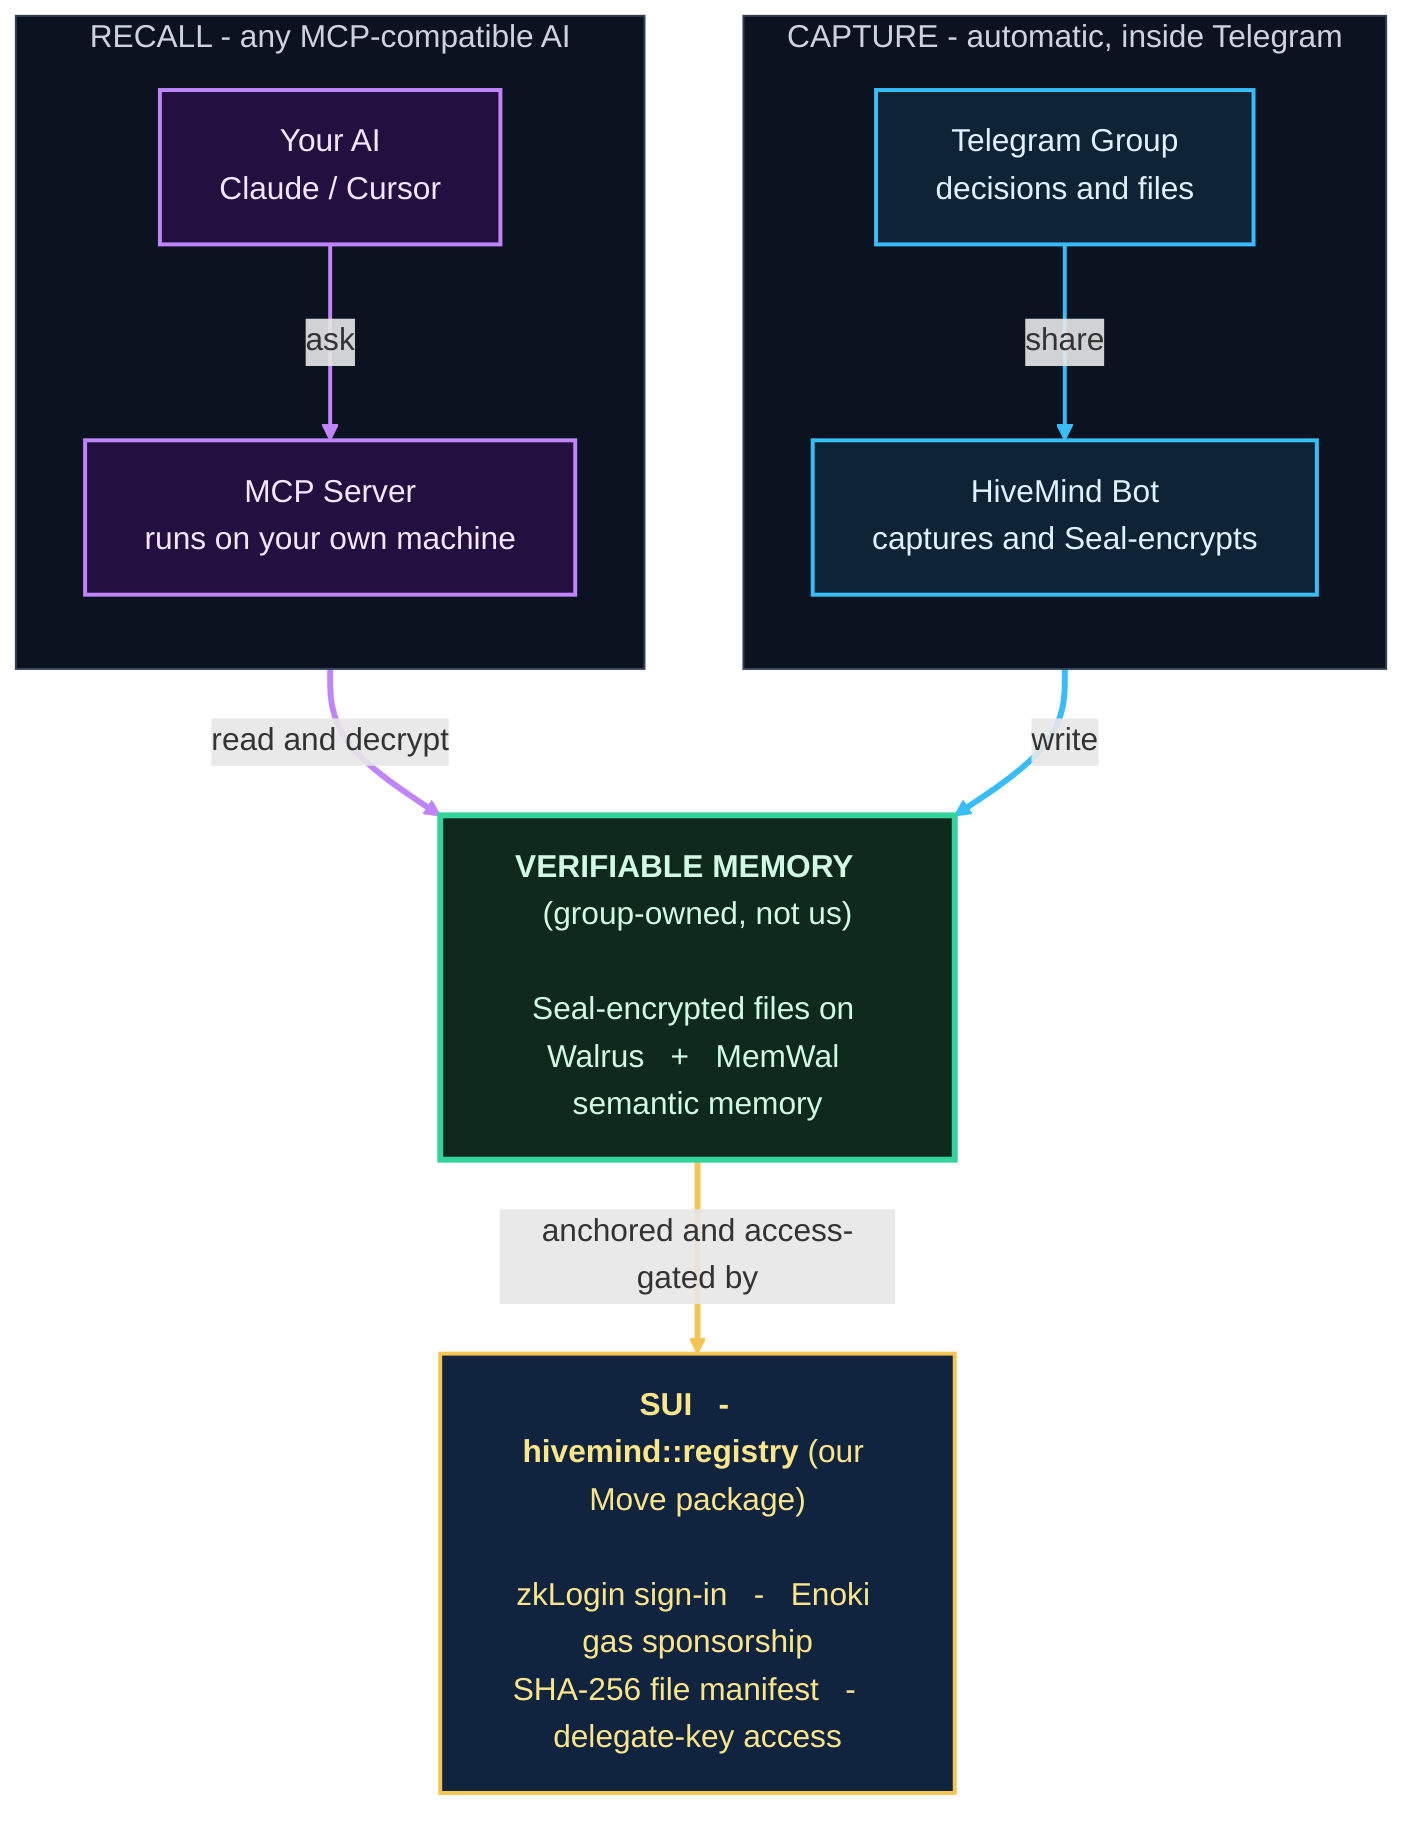
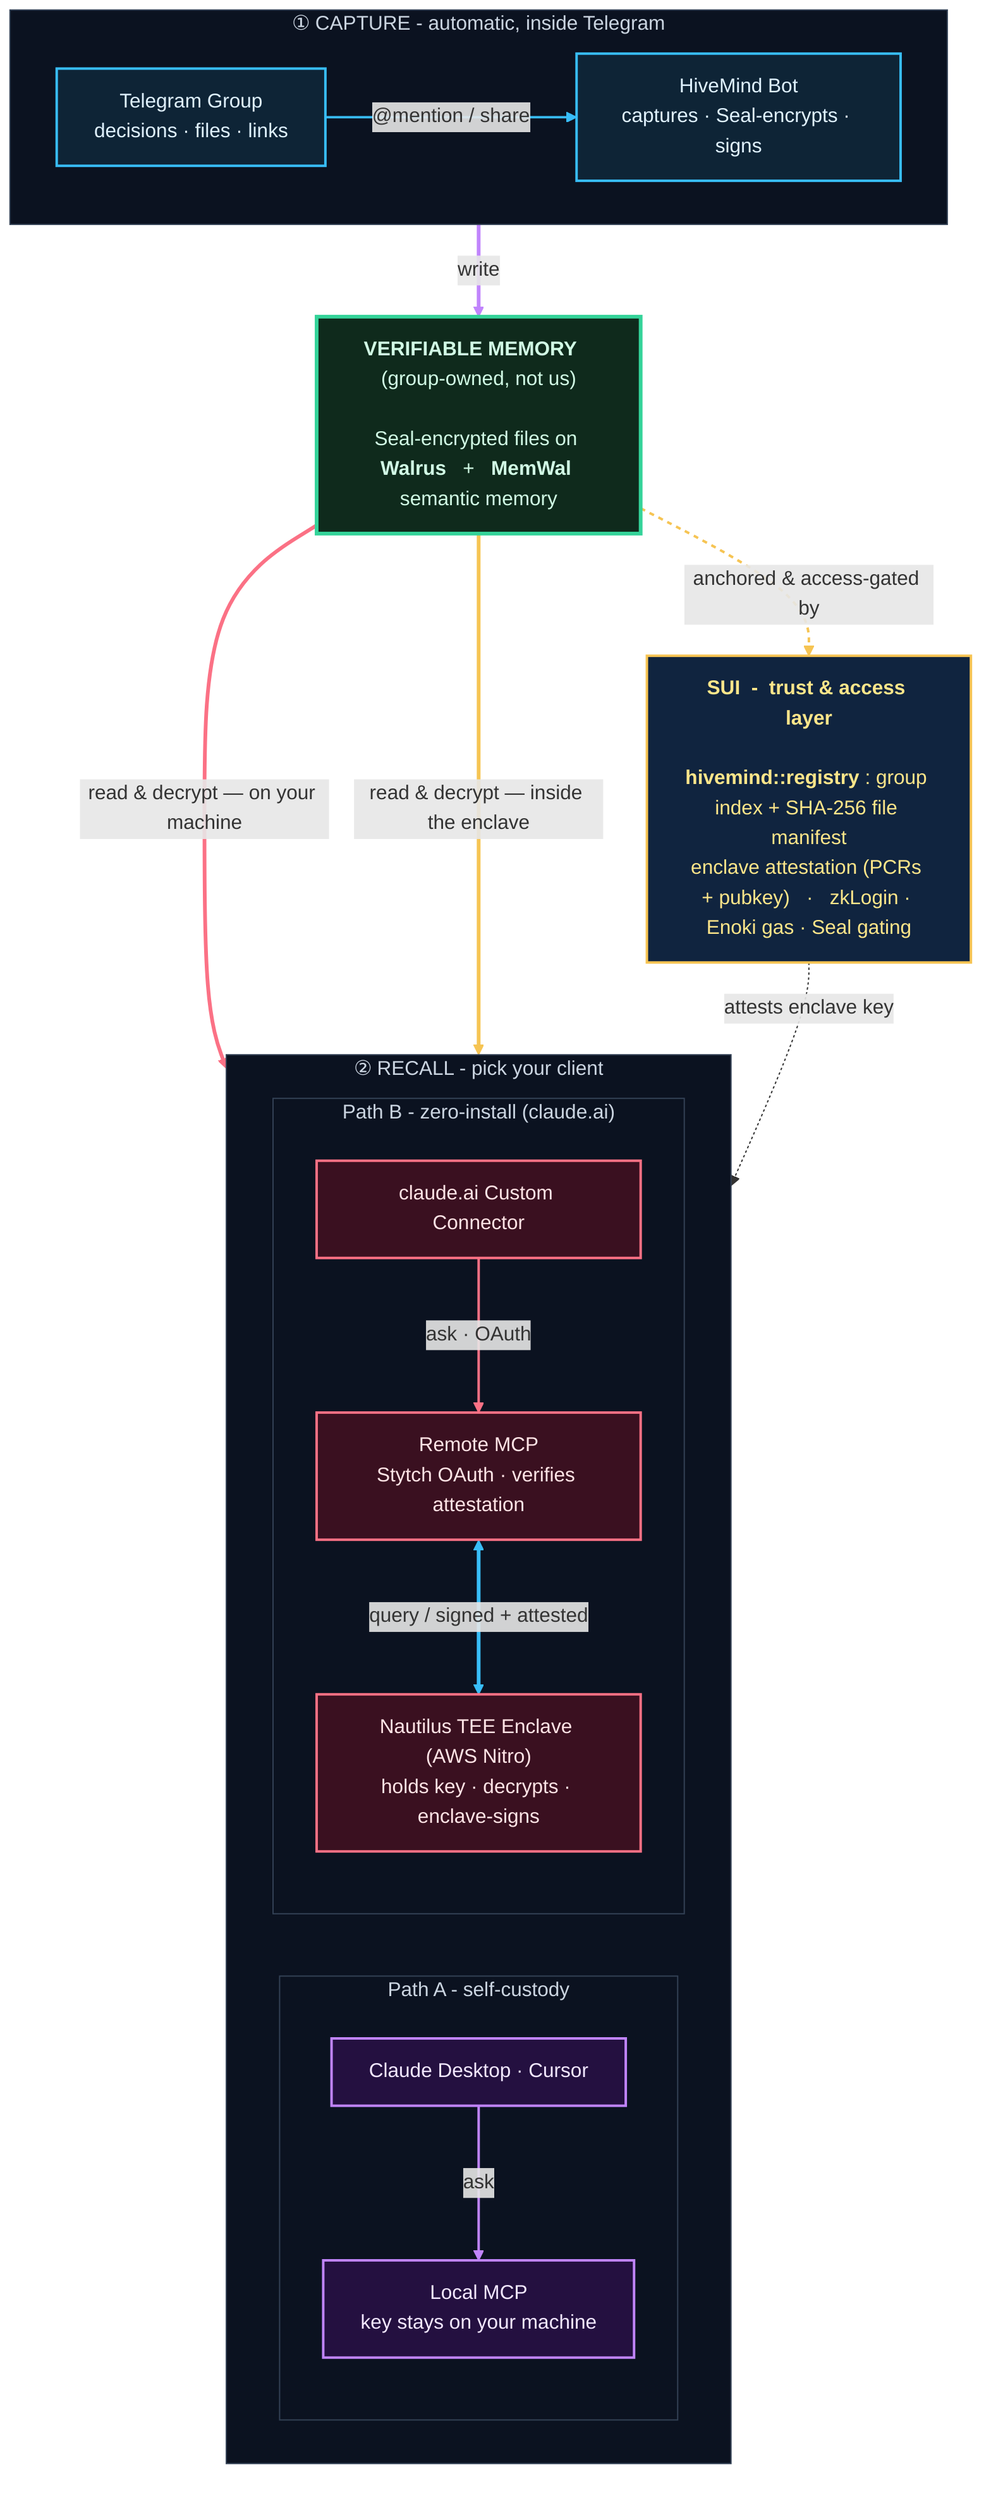
flowchart TB
-   classDef write fill:#0e2436,stroke:#38bdf8,color:#e0f2fe,stroke-width:2px;
-   classDef read  fill:#241040,stroke:#c084fc,color:#f3e8ff,stroke-width:2px;
+   classDef cap   fill:#0e2436,stroke:#38bdf8,color:#e0f2fe,stroke-width:2px;
+   classDef self  fill:#241040,stroke:#c084fc,color:#f3e8ff,stroke-width:2px;
+   classDef tee   fill:#3a1020,stroke:#fb7185,color:#ffe4e6,stroke-width:2px;
  classDef mem   fill:#0f2a1c,stroke:#34d399,color:#d1fae5,stroke-width:3px;
  classDef base  fill:#10243f,stroke:#f6c453,color:#fde68a,stroke-width:2px;
  classDef lane  fill:#0b1220,stroke:#334155,stroke-width:1px,color:#cbd5e1;

-   subgraph WRITE["CAPTURE  -  automatic, inside Telegram"]
-     direction TB
-     TG["Telegram Group<br/>decisions and files"]
-     BOT["HiveMind Bot<br/>captures and Seal-encrypts"]
-     TG -->|"share"| BOT
+   %% ===== 1. CAPTURE =====
+   subgraph CAP["①  CAPTURE  -  automatic, inside Telegram"]
+     direction LR
+     TG["Telegram Group<br/>decisions · files · links"]
+     BOT["HiveMind Bot<br/>captures · Seal-encrypts · signs"]
+     TG -->|"@mention / share"| BOT
  end

-   subgraph READ["RECALL  -  any MCP-compatible AI"]
-     direction TB
-     AI["Your AI<br/>Claude / Cursor"]
-     MCP["MCP Server<br/>runs on your own machine"]
-     AI -->|"ask"| MCP
+   %% ===== shared memory (the hub) =====
+   MEM["<b>VERIFIABLE MEMORY</b> &nbsp; (group-owned, not us)<br/><br/>Seal-encrypted files on <b>Walrus</b> &nbsp; + &nbsp; <b>MemWal</b> semantic memory"]
+ 
+   %% ===== 2. RECALL — two paths, side by side =====
+   subgraph RECALL["②  RECALL  -  pick your client"]
+     direction LR
+     subgraph RA["Path A  -  self-custody"]
+       direction TB
+       AIA["Claude Desktop · Cursor"]
+       MCPL["Local MCP<br/>key stays on your machine"]
+       AIA -->|"ask"| MCPL
+     end
+     subgraph RB["Path B  -  zero-install (claude.ai)"]
+       direction TB
+       CAI["claude.ai Custom Connector"]
+       RMCP["Remote MCP<br/>Stytch OAuth · verifies attestation"]
+       ENC["Nautilus TEE Enclave (AWS Nitro)<br/>holds key · decrypts · enclave-signs"]
+       CAI -->|"ask · OAuth"| RMCP
+       RMCP <-->|"query / signed + attested"| ENC
+     end
  end

-   MEM["<b>VERIFIABLE MEMORY</b> &nbsp; (group-owned, not us)<br/><br/>Seal-encrypted files on Walrus &nbsp; + &nbsp; MemWal semantic memory"]
+   %% ===== 3. base trust layer =====
+   SUI["<b>SUI  -  trust &amp; access layer</b><br/><br/><b>hivemind::registry</b> : group index + SHA-256 file manifest<br/>enclave attestation (PCRs + pubkey) &nbsp; · &nbsp; zkLogin · Enoki gas · Seal gating"]

-   SUI["<b>SUI &nbsp; - &nbsp; hivemind::registry</b> (our Move package)<br/><br/>zkLogin sign-in &nbsp; - &nbsp; Enoki gas sponsorship<br/>SHA-256 file manifest &nbsp; - &nbsp; delegate-key access"]
+   BOT  ==>|"write"| MEM
+   MEM  ==>|"read &amp; decrypt — on your machine"| MCPL
+   MEM  ==>|"read &amp; decrypt — inside the enclave"| ENC
+   MEM  ==>|"anchored &amp; access-gated by"| SUI
+   SUI  -.->|"attests enclave key"| ENC

-   BOT ==>|"write"| MEM
-   MCP ==>|"read and decrypt"| MEM
-   MEM ==>|"anchored and access-gated by"| SUI
- 
-   class TG,BOT write;
-   class AI,MCP read;
+   class TG,BOT cap;
+   class AIA,MCPL self;
+   class CAI,RMCP,ENC tee;
  class MEM mem;
  class SUI base;
-   class WRITE,READ lane;
+   class CAP,RA,RB,RECALL lane;

  linkStyle 0 stroke:#38bdf8,stroke-width:2px;
  linkStyle 1 stroke:#c084fc,stroke-width:2px;
-   linkStyle 2 stroke:#38bdf8,stroke-width:3px;
-   linkStyle 3 stroke:#c084fc,stroke-width:3px;
-   linkStyle 4 stroke:#f6c453,stroke-width:3px;
+   linkStyle 2 stroke:#fb7185,stroke-width:2px;
+   linkStyle 3 stroke:#38bdf8,stroke-width:3px;
+   linkStyle 4 stroke:#c084fc,stroke-width:3px;
+   linkStyle 5 stroke:#fb7185,stroke-width:3px;
+   linkStyle 6 stroke:#f6c453,stroke-width:3px;
+   linkStyle 7 stroke:#f6c453,stroke-width:2px,stroke-dasharray:4 4;
